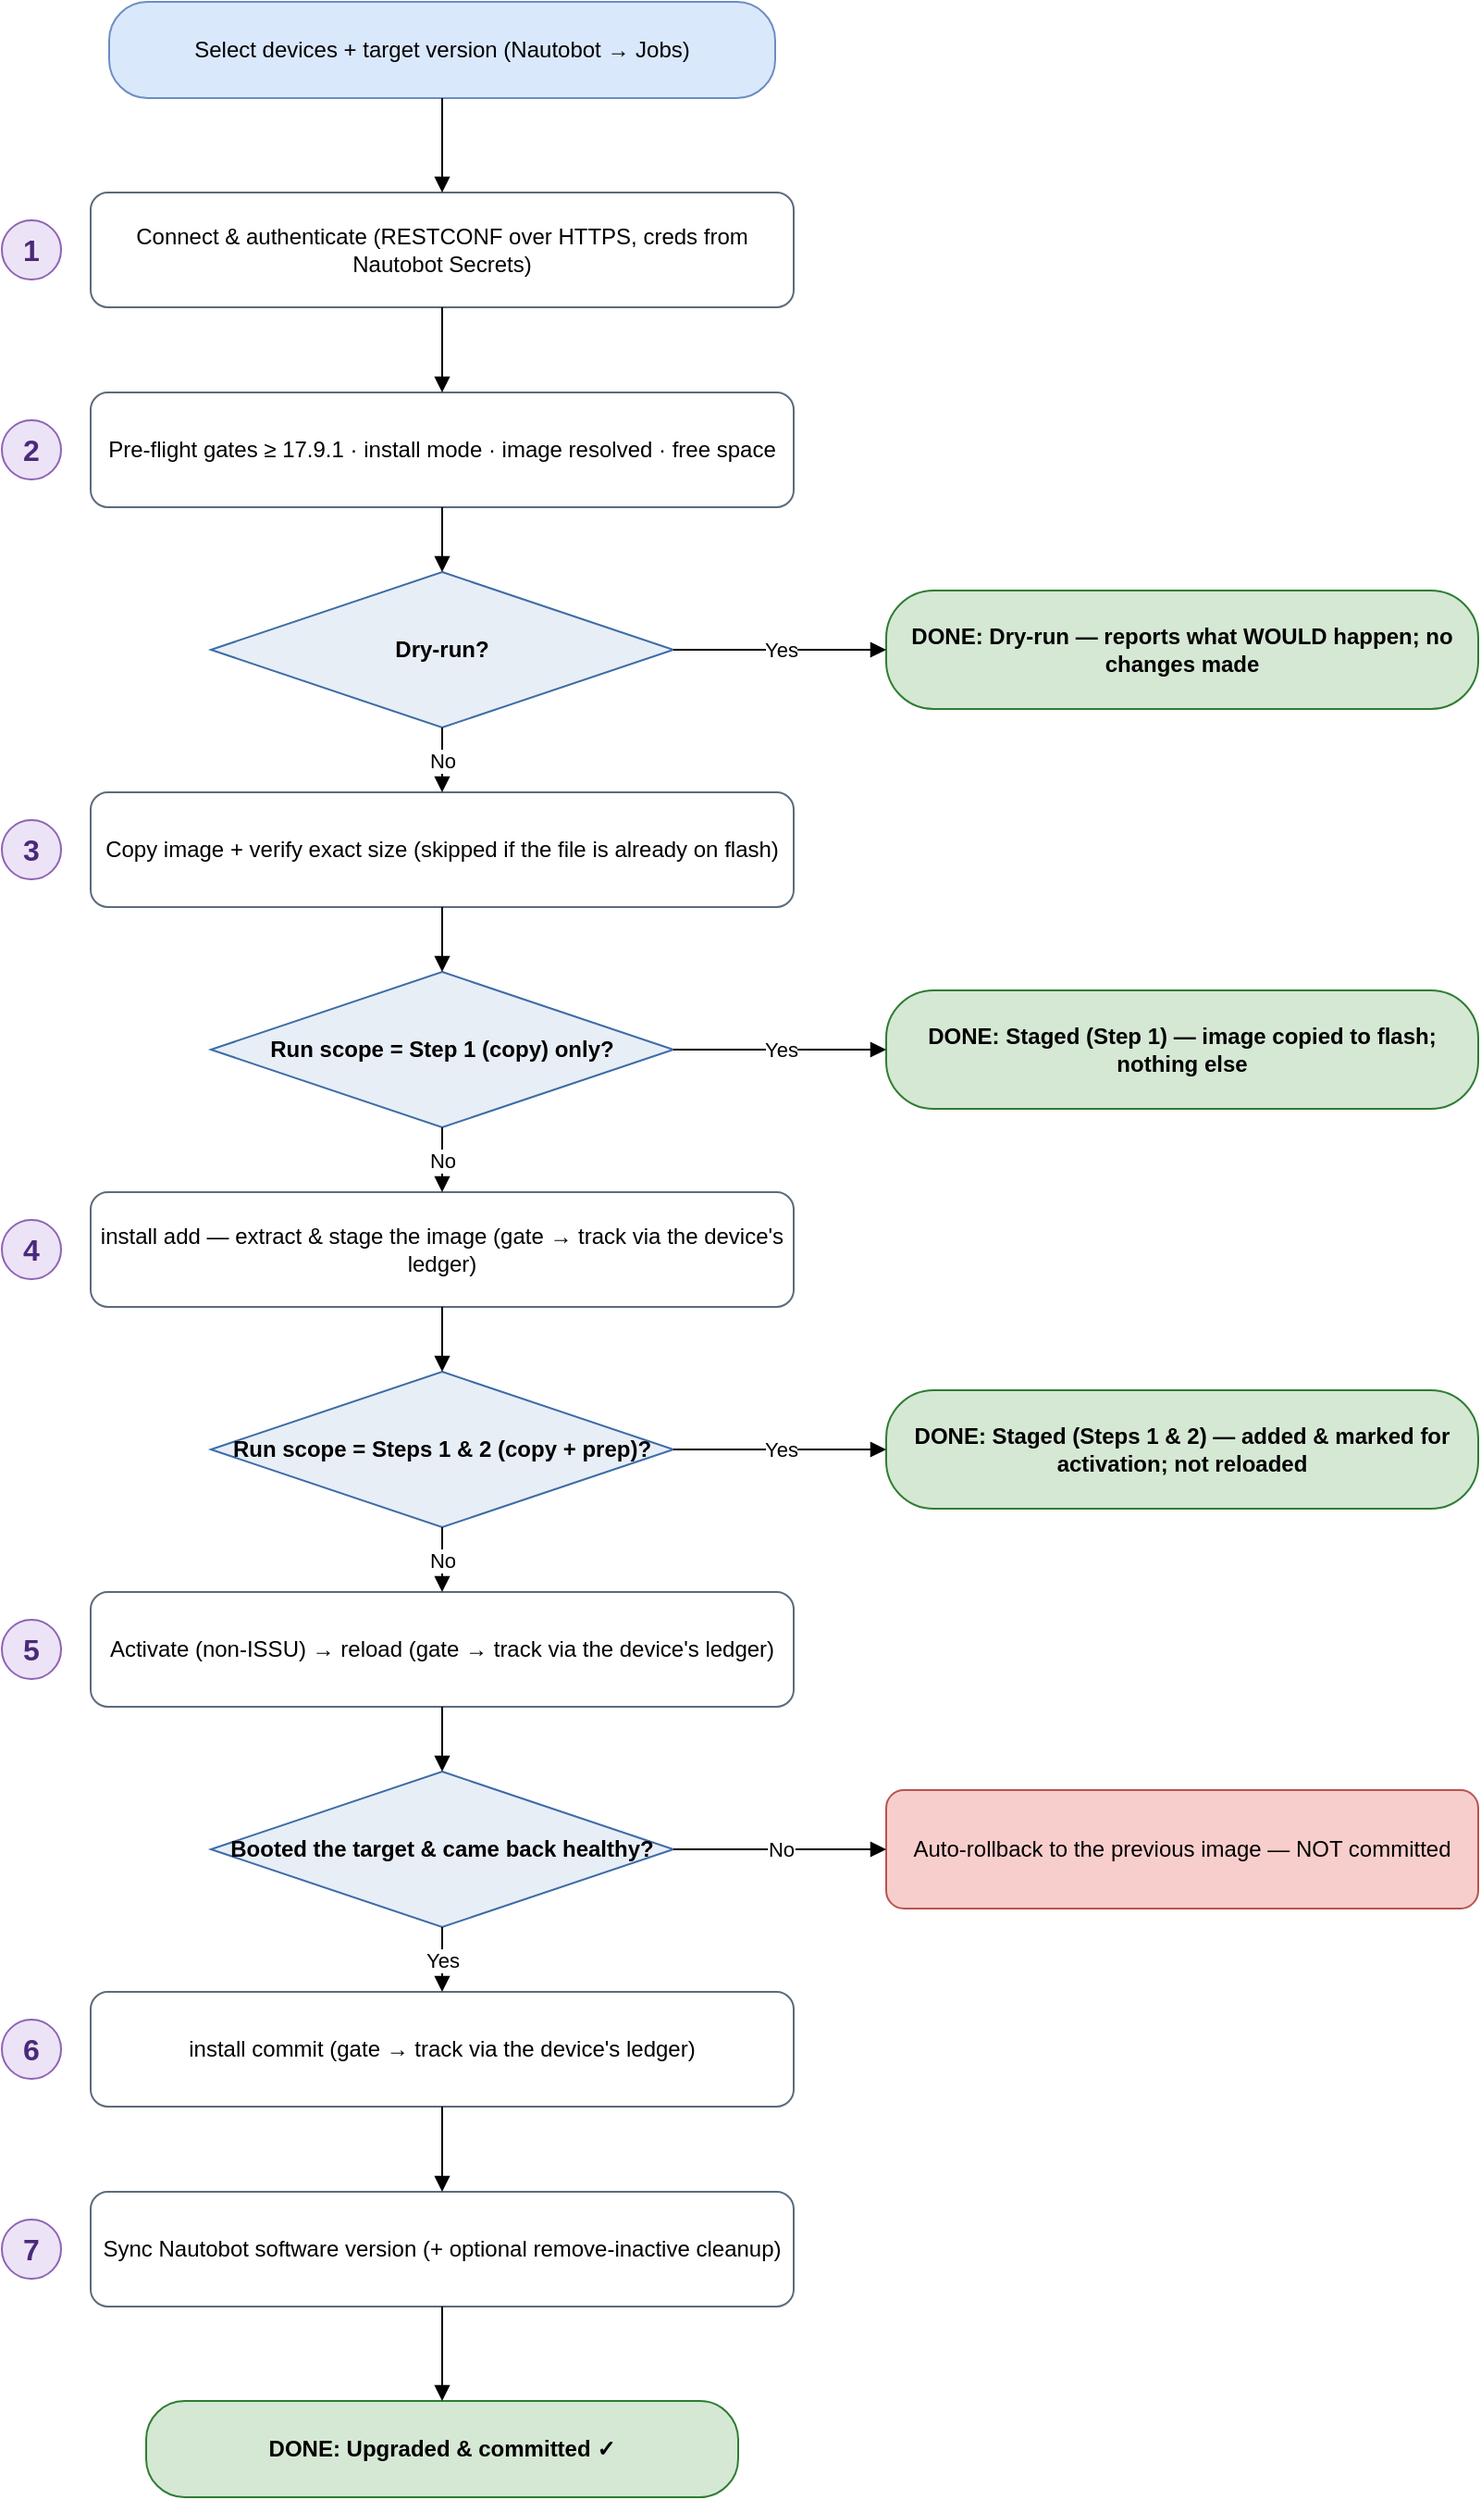
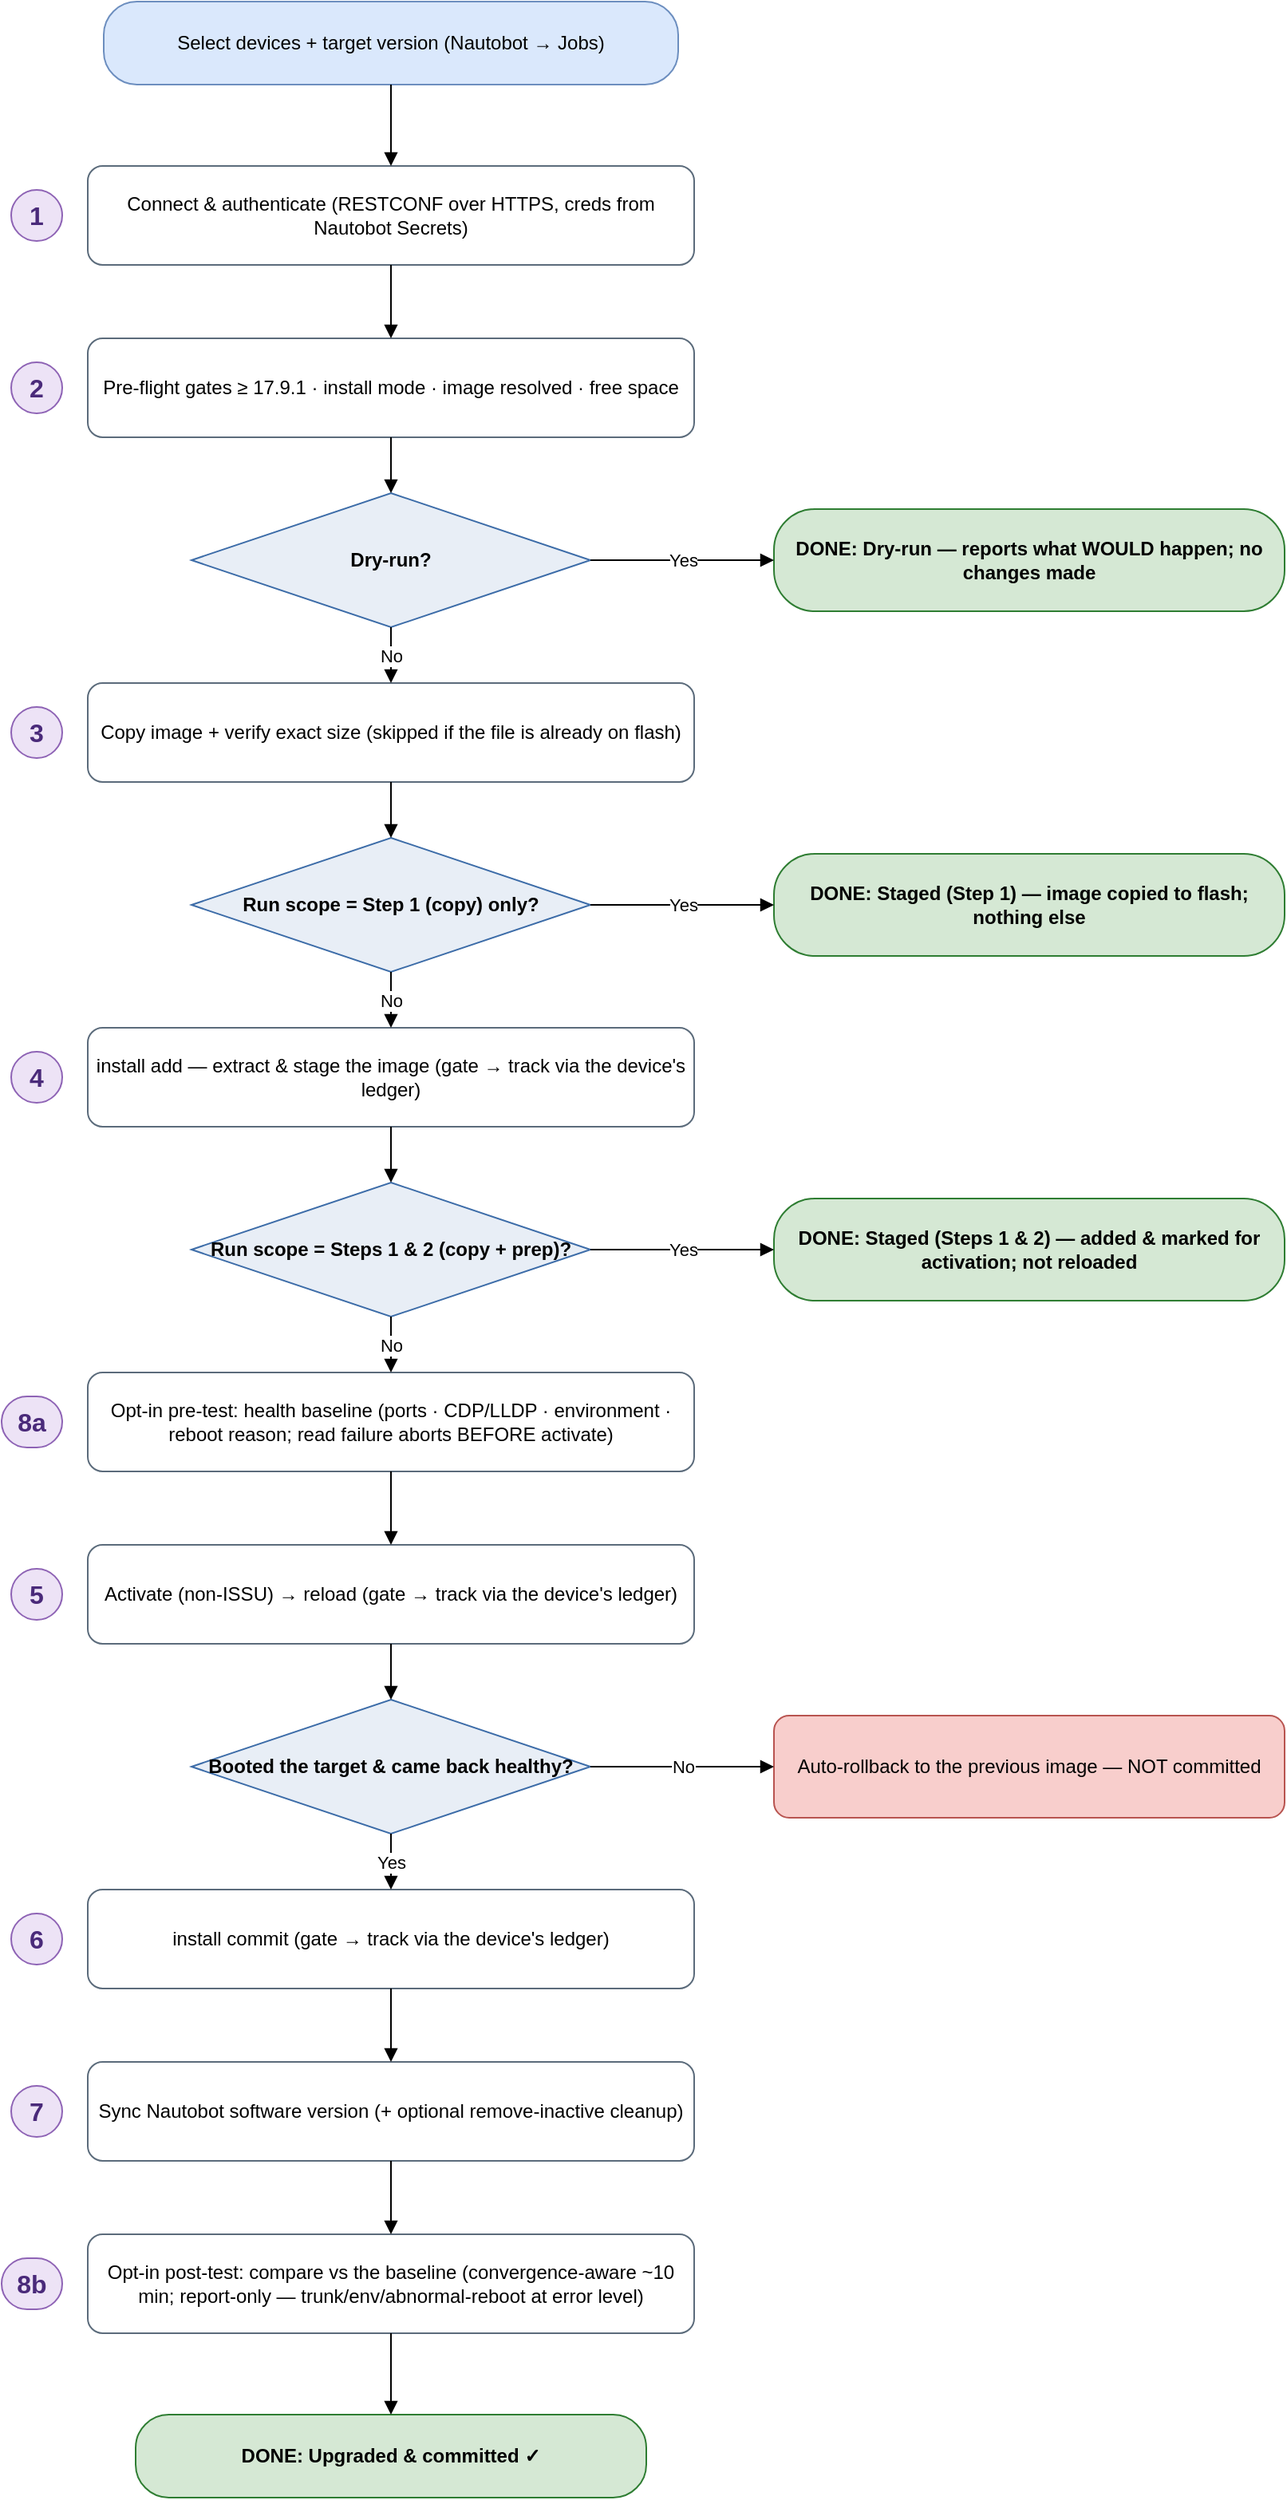
<mxfile host="app.diagrams.net" type="device">
  <diagram name="IOS-XE upgrade overview" id="iosxe-upgrade-overview">
    <mxGraphModel dx="1000" dy="1400" grid="1" gridSize="10" guides="1" tooltips="1"
        connect="1" arrows="1" fold="1" page="1" pageScale="1" math="0" shadow="0">
      <root>
        <mxCell id="0"/>
        <mxCell id="1" parent="0"/>
        <mxCell id="start" value="Select devices + target version&amp;#10;(Nautobot → Jobs)" style="rounded=1;arcSize=40;whiteSpace=wrap;html=1;fillColor=#DAE8FC;strokeColor=#6C8EBF;" vertex="1" parent="1"><mxGeometry x="160" y="52" width="360" height="52" as="geometry"/></mxCell>
        <mxCell id="connect" value="Connect &amp; authenticate&amp;#10;(RESTCONF over HTTPS, creds from Nautobot Secrets)" style="rounded=1;whiteSpace=wrap;html=1;fillColor=#FFFFFF;strokeColor=#5B6B7B;" vertex="1" parent="1"><mxGeometry x="150" y="155" width="380" height="62" as="geometry"/></mxCell>
        <mxCell id="gates" value="Pre-flight gates&amp;#10;≥ 17.9.1 · install mode · image resolved · free space" style="rounded=1;whiteSpace=wrap;html=1;fillColor=#FFFFFF;strokeColor=#5B6B7B;" vertex="1" parent="1"><mxGeometry x="150" y="263" width="380" height="62" as="geometry"/></mxCell>
        <mxCell id="d_dry" value="Dry-run?" style="rhombus;whiteSpace=wrap;html=1;fillColor=#E8EEF6;strokeColor=#3C6CA8;fontStyle=1;" vertex="1" parent="1"><mxGeometry x="215" y="360" width="250" height="84" as="geometry"/></mxCell>
        <mxCell id="copy" value="Copy image + verify exact size&amp;#10;(skipped if the file is already on flash)" style="rounded=1;whiteSpace=wrap;html=1;fillColor=#FFFFFF;strokeColor=#5B6B7B;" vertex="1" parent="1"><mxGeometry x="150" y="479" width="380" height="62" as="geometry"/></mxCell>
        <mxCell id="d_stagecopy" value="Run scope =&amp;#10;Step 1 (copy) only?" style="rhombus;whiteSpace=wrap;html=1;fillColor=#E8EEF6;strokeColor=#3C6CA8;fontStyle=1;" vertex="1" parent="1"><mxGeometry x="215" y="576" width="250" height="84" as="geometry"/></mxCell>
        <mxCell id="add" value="install add — extract &amp; stage the image&amp;#10;(gate → track via the device&#x27;s ledger)" style="rounded=1;whiteSpace=wrap;html=1;fillColor=#FFFFFF;strokeColor=#5B6B7B;" vertex="1" parent="1"><mxGeometry x="150" y="695" width="380" height="62" as="geometry"/></mxCell>
        <mxCell id="d_stageadd" value="Run scope =&amp;#10;Steps 1 &amp; 2&amp;#10;(copy + prep)?" style="rhombus;whiteSpace=wrap;html=1;fillColor=#E8EEF6;strokeColor=#3C6CA8;fontStyle=1;" vertex="1" parent="1"><mxGeometry x="215" y="792" width="250" height="84" as="geometry"/></mxCell>
-         <mxCell id="activate" value="Activate (non-ISSU) → reload&amp;#10;(gate → track via the device&#x27;s ledger)" style="rounded=1;whiteSpace=wrap;html=1;fillColor=#FFFFFF;strokeColor=#5B6B7B;" vertex="1" parent="1"><mxGeometry x="150" y="911" width="380" height="62" as="geometry"/></mxCell>
-         <mxCell id="d_boot" value="Booted the target&amp;#10;&amp; came back healthy?" style="rhombus;whiteSpace=wrap;html=1;fillColor=#E8EEF6;strokeColor=#3C6CA8;fontStyle=1;" vertex="1" parent="1"><mxGeometry x="215" y="1008" width="250" height="84" as="geometry"/></mxCell>
-         <mxCell id="commit" value="install commit&amp;#10;(gate → track via the device&#x27;s ledger)" style="rounded=1;whiteSpace=wrap;html=1;fillColor=#FFFFFF;strokeColor=#5B6B7B;" vertex="1" parent="1"><mxGeometry x="150" y="1127" width="380" height="62" as="geometry"/></mxCell>
-         <mxCell id="sync" value="Sync Nautobot software version&amp;#10;(+ optional remove-inactive cleanup)" style="rounded=1;whiteSpace=wrap;html=1;fillColor=#FFFFFF;strokeColor=#5B6B7B;" vertex="1" parent="1"><mxGeometry x="150" y="1235" width="380" height="62" as="geometry"/></mxCell>
-         <mxCell id="done" value="DONE: Upgraded &amp; committed ✓" style="rounded=1;arcSize=40;whiteSpace=wrap;html=1;fillColor=#D5E8D4;strokeColor=#2E7D32;fontStyle=1;" vertex="1" parent="1"><mxGeometry x="180" y="1348" width="320" height="52" as="geometry"/></mxCell>
+         <mxCell id="healthpre" value="Opt-in pre-test: health baseline&amp;#10;(ports · CDP/LLDP · environment · reboot&amp;#10;reason; read failure aborts BEFORE activate)" style="rounded=1;whiteSpace=wrap;html=1;fillColor=#FFFFFF;strokeColor=#5B6B7B;" vertex="1" parent="1"><mxGeometry x="150" y="911" width="380" height="62" as="geometry"/></mxCell>
+         <mxCell id="activate" value="Activate (non-ISSU) → reload&amp;#10;(gate → track via the device&#x27;s ledger)" style="rounded=1;whiteSpace=wrap;html=1;fillColor=#FFFFFF;strokeColor=#5B6B7B;" vertex="1" parent="1"><mxGeometry x="150" y="1019" width="380" height="62" as="geometry"/></mxCell>
+         <mxCell id="d_boot" value="Booted the target&amp;#10;&amp; came back healthy?" style="rhombus;whiteSpace=wrap;html=1;fillColor=#E8EEF6;strokeColor=#3C6CA8;fontStyle=1;" vertex="1" parent="1"><mxGeometry x="215" y="1116" width="250" height="84" as="geometry"/></mxCell>
+         <mxCell id="commit" value="install commit&amp;#10;(gate → track via the device&#x27;s ledger)" style="rounded=1;whiteSpace=wrap;html=1;fillColor=#FFFFFF;strokeColor=#5B6B7B;" vertex="1" parent="1"><mxGeometry x="150" y="1235" width="380" height="62" as="geometry"/></mxCell>
+         <mxCell id="sync" value="Sync Nautobot software version&amp;#10;(+ optional remove-inactive cleanup)" style="rounded=1;whiteSpace=wrap;html=1;fillColor=#FFFFFF;strokeColor=#5B6B7B;" vertex="1" parent="1"><mxGeometry x="150" y="1343" width="380" height="62" as="geometry"/></mxCell>
+         <mxCell id="healthpost" value="Opt-in post-test: compare vs the baseline&amp;#10;(convergence-aware ~10 min; report-only —&amp;#10;trunk/env/abnormal-reboot at error level)" style="rounded=1;whiteSpace=wrap;html=1;fillColor=#FFFFFF;strokeColor=#5B6B7B;" vertex="1" parent="1"><mxGeometry x="150" y="1451" width="380" height="62" as="geometry"/></mxCell>
+         <mxCell id="done" value="DONE: Upgraded &amp; committed ✓" style="rounded=1;arcSize=40;whiteSpace=wrap;html=1;fillColor=#D5E8D4;strokeColor=#2E7D32;fontStyle=1;" vertex="1" parent="1"><mxGeometry x="180" y="1564" width="320" height="52" as="geometry"/></mxCell>
        <mxCell id="connect_tag" value="1" style="rounded=1;arcSize=50;whiteSpace=wrap;html=1;fillColor=#EDE3F6;strokeColor=#8E63B5;fontStyle=1;fontSize=16;fontColor=#4A2A7A;" vertex="1" parent="1"><mxGeometry x="102" y="170" width="32" height="32" as="geometry"/></mxCell>
        <mxCell id="gates_tag" value="2" style="rounded=1;arcSize=50;whiteSpace=wrap;html=1;fillColor=#EDE3F6;strokeColor=#8E63B5;fontStyle=1;fontSize=16;fontColor=#4A2A7A;" vertex="1" parent="1"><mxGeometry x="102" y="278" width="32" height="32" as="geometry"/></mxCell>
        <mxCell id="copy_tag" value="3" style="rounded=1;arcSize=50;whiteSpace=wrap;html=1;fillColor=#EDE3F6;strokeColor=#8E63B5;fontStyle=1;fontSize=16;fontColor=#4A2A7A;" vertex="1" parent="1"><mxGeometry x="102" y="494" width="32" height="32" as="geometry"/></mxCell>
        <mxCell id="add_tag" value="4" style="rounded=1;arcSize=50;whiteSpace=wrap;html=1;fillColor=#EDE3F6;strokeColor=#8E63B5;fontStyle=1;fontSize=16;fontColor=#4A2A7A;" vertex="1" parent="1"><mxGeometry x="102" y="710" width="32" height="32" as="geometry"/></mxCell>
-         <mxCell id="activate_tag" value="5" style="rounded=1;arcSize=50;whiteSpace=wrap;html=1;fillColor=#EDE3F6;strokeColor=#8E63B5;fontStyle=1;fontSize=16;fontColor=#4A2A7A;" vertex="1" parent="1"><mxGeometry x="102" y="926" width="32" height="32" as="geometry"/></mxCell>
-         <mxCell id="commit_tag" value="6" style="rounded=1;arcSize=50;whiteSpace=wrap;html=1;fillColor=#EDE3F6;strokeColor=#8E63B5;fontStyle=1;fontSize=16;fontColor=#4A2A7A;" vertex="1" parent="1"><mxGeometry x="102" y="1142" width="32" height="32" as="geometry"/></mxCell>
-         <mxCell id="sync_tag" value="7" style="rounded=1;arcSize=50;whiteSpace=wrap;html=1;fillColor=#EDE3F6;strokeColor=#8E63B5;fontStyle=1;fontSize=16;fontColor=#4A2A7A;" vertex="1" parent="1"><mxGeometry x="102" y="1250" width="32" height="32" as="geometry"/></mxCell>
+         <mxCell id="activate_tag" value="5" style="rounded=1;arcSize=50;whiteSpace=wrap;html=1;fillColor=#EDE3F6;strokeColor=#8E63B5;fontStyle=1;fontSize=16;fontColor=#4A2A7A;" vertex="1" parent="1"><mxGeometry x="102" y="1034" width="32" height="32" as="geometry"/></mxCell>
+         <mxCell id="commit_tag" value="6" style="rounded=1;arcSize=50;whiteSpace=wrap;html=1;fillColor=#EDE3F6;strokeColor=#8E63B5;fontStyle=1;fontSize=16;fontColor=#4A2A7A;" vertex="1" parent="1"><mxGeometry x="102" y="1250" width="32" height="32" as="geometry"/></mxCell>
+         <mxCell id="sync_tag" value="7" style="rounded=1;arcSize=50;whiteSpace=wrap;html=1;fillColor=#EDE3F6;strokeColor=#8E63B5;fontStyle=1;fontSize=16;fontColor=#4A2A7A;" vertex="1" parent="1"><mxGeometry x="102" y="1358" width="32" height="32" as="geometry"/></mxCell>
+         <mxCell id="healthpre_tag" value="8a" style="rounded=1;arcSize=50;whiteSpace=wrap;html=1;fillColor=#EDE3F6;strokeColor=#8E63B5;fontStyle=1;fontSize=16;fontColor=#4A2A7A;" vertex="1" parent="1"><mxGeometry x="96" y="926" width="38" height="32" as="geometry"/></mxCell>
+         <mxCell id="healthpost_tag" value="8b" style="rounded=1;arcSize=50;whiteSpace=wrap;html=1;fillColor=#EDE3F6;strokeColor=#8E63B5;fontStyle=1;fontSize=16;fontColor=#4A2A7A;" vertex="1" parent="1"><mxGeometry x="96" y="1466" width="38" height="32" as="geometry"/></mxCell>
        <mxCell id="d_dry_term" value="DONE: Dry-run — reports what&amp;#10;WOULD happen; no changes made" style="rounded=1;arcSize=40;whiteSpace=wrap;html=1;fillColor=#D5E8D4;strokeColor=#2E7D32;fontStyle=1;" vertex="1" parent="1"><mxGeometry x="580" y="370" width="320" height="64" as="geometry"/></mxCell>
        <mxCell id="d_stagecopy_term" value="DONE: Staged (Step 1) — image&amp;#10;copied to flash; nothing else" style="rounded=1;arcSize=40;whiteSpace=wrap;html=1;fillColor=#D5E8D4;strokeColor=#2E7D32;fontStyle=1;" vertex="1" parent="1"><mxGeometry x="580" y="586" width="320" height="64" as="geometry"/></mxCell>
        <mxCell id="d_stageadd_term" value="DONE: Staged (Steps 1 &amp; 2) — added&amp;#10;&amp; marked for activation; not reloaded" style="rounded=1;arcSize=40;whiteSpace=wrap;html=1;fillColor=#D5E8D4;strokeColor=#2E7D32;fontStyle=1;" vertex="1" parent="1"><mxGeometry x="580" y="802" width="320" height="64" as="geometry"/></mxCell>
-         <mxCell id="d_boot_term" value="Auto-rollback to the previous&amp;#10;image — NOT committed" style="rounded=1;whiteSpace=wrap;html=1;fillColor=#F8CECC;strokeColor=#B85450;" vertex="1" parent="1"><mxGeometry x="580" y="1018" width="320" height="64" as="geometry"/></mxCell>
+         <mxCell id="d_boot_term" value="Auto-rollback to the previous&amp;#10;image — NOT committed" style="rounded=1;whiteSpace=wrap;html=1;fillColor=#F8CECC;strokeColor=#B85450;" vertex="1" parent="1"><mxGeometry x="580" y="1126" width="320" height="64" as="geometry"/></mxCell>
        <mxCell id="e_d_dry_term" value="Yes" style="edgeStyle=orthogonalEdgeStyle;rounded=0;html=1;endArrow=block;" edge="1" parent="1" source="d_dry" target="d_dry_term"><mxGeometry relative="1" as="geometry"/></mxCell>
        <mxCell id="e_d_stagecopy_term" value="Yes" style="edgeStyle=orthogonalEdgeStyle;rounded=0;html=1;endArrow=block;" edge="1" parent="1" source="d_stagecopy" target="d_stagecopy_term"><mxGeometry relative="1" as="geometry"/></mxCell>
        <mxCell id="e_d_stageadd_term" value="Yes" style="edgeStyle=orthogonalEdgeStyle;rounded=0;html=1;endArrow=block;" edge="1" parent="1" source="d_stageadd" target="d_stageadd_term"><mxGeometry relative="1" as="geometry"/></mxCell>
        <mxCell id="e_d_boot_term" value="No" style="edgeStyle=orthogonalEdgeStyle;rounded=0;html=1;endArrow=block;" edge="1" parent="1" source="d_boot" target="d_boot_term"><mxGeometry relative="1" as="geometry"/></mxCell>
        <mxCell id="e_start_connect" value="" style="edgeStyle=orthogonalEdgeStyle;rounded=0;html=1;endArrow=block;" edge="1" parent="1" source="start" target="connect"><mxGeometry relative="1" as="geometry"/></mxCell>
        <mxCell id="e_connect_gates" value="" style="edgeStyle=orthogonalEdgeStyle;rounded=0;html=1;endArrow=block;" edge="1" parent="1" source="connect" target="gates"><mxGeometry relative="1" as="geometry"/></mxCell>
        <mxCell id="e_gates_d_dry" value="" style="edgeStyle=orthogonalEdgeStyle;rounded=0;html=1;endArrow=block;" edge="1" parent="1" source="gates" target="d_dry"><mxGeometry relative="1" as="geometry"/></mxCell>
        <mxCell id="e_d_dry_copy" value="No" style="edgeStyle=orthogonalEdgeStyle;rounded=0;html=1;endArrow=block;" edge="1" parent="1" source="d_dry" target="copy"><mxGeometry relative="1" as="geometry"/></mxCell>
        <mxCell id="e_copy_d_stagecopy" value="" style="edgeStyle=orthogonalEdgeStyle;rounded=0;html=1;endArrow=block;" edge="1" parent="1" source="copy" target="d_stagecopy"><mxGeometry relative="1" as="geometry"/></mxCell>
        <mxCell id="e_d_stagecopy_add" value="No" style="edgeStyle=orthogonalEdgeStyle;rounded=0;html=1;endArrow=block;" edge="1" parent="1" source="d_stagecopy" target="add"><mxGeometry relative="1" as="geometry"/></mxCell>
        <mxCell id="e_add_d_stageadd" value="" style="edgeStyle=orthogonalEdgeStyle;rounded=0;html=1;endArrow=block;" edge="1" parent="1" source="add" target="d_stageadd"><mxGeometry relative="1" as="geometry"/></mxCell>
-         <mxCell id="e_d_stageadd_activate" value="No" style="edgeStyle=orthogonalEdgeStyle;rounded=0;html=1;endArrow=block;" edge="1" parent="1" source="d_stageadd" target="activate"><mxGeometry relative="1" as="geometry"/></mxCell>
+         <mxCell id="e_d_stageadd_healthpre" value="No" style="edgeStyle=orthogonalEdgeStyle;rounded=0;html=1;endArrow=block;" edge="1" parent="1" source="d_stageadd" target="healthpre"><mxGeometry relative="1" as="geometry"/></mxCell>
+         <mxCell id="e_healthpre_activate" value="" style="edgeStyle=orthogonalEdgeStyle;rounded=0;html=1;endArrow=block;" edge="1" parent="1" source="healthpre" target="activate"><mxGeometry relative="1" as="geometry"/></mxCell>
        <mxCell id="e_activate_d_boot" value="" style="edgeStyle=orthogonalEdgeStyle;rounded=0;html=1;endArrow=block;" edge="1" parent="1" source="activate" target="d_boot"><mxGeometry relative="1" as="geometry"/></mxCell>
        <mxCell id="e_d_boot_commit" value="Yes" style="edgeStyle=orthogonalEdgeStyle;rounded=0;html=1;endArrow=block;" edge="1" parent="1" source="d_boot" target="commit"><mxGeometry relative="1" as="geometry"/></mxCell>
        <mxCell id="e_commit_sync" value="" style="edgeStyle=orthogonalEdgeStyle;rounded=0;html=1;endArrow=block;" edge="1" parent="1" source="commit" target="sync"><mxGeometry relative="1" as="geometry"/></mxCell>
-         <mxCell id="e_sync_done" value="" style="edgeStyle=orthogonalEdgeStyle;rounded=0;html=1;endArrow=block;" edge="1" parent="1" source="sync" target="done"><mxGeometry relative="1" as="geometry"/></mxCell>
+         <mxCell id="e_sync_healthpost" value="" style="edgeStyle=orthogonalEdgeStyle;rounded=0;html=1;endArrow=block;" edge="1" parent="1" source="sync" target="healthpost"><mxGeometry relative="1" as="geometry"/></mxCell>
+         <mxCell id="e_healthpost_done" value="" style="edgeStyle=orthogonalEdgeStyle;rounded=0;html=1;endArrow=block;" edge="1" parent="1" source="healthpost" target="done"><mxGeometry relative="1" as="geometry"/></mxCell>
      </root>
    </mxGraphModel>
  </diagram>
</mxfile>
